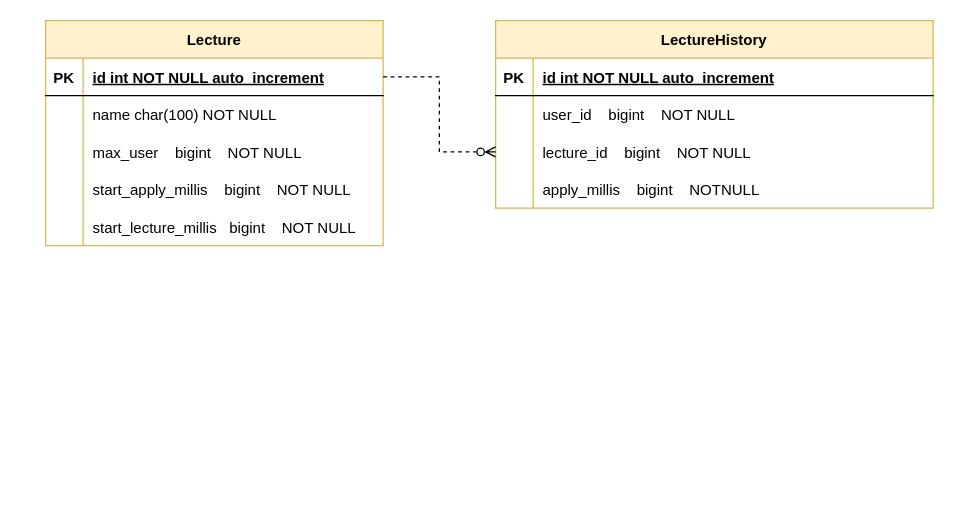
Before: table_erd.drawio in keepbang/hanghae-architecture-java, a draw.io diagram. Source tidied: cells renumbered, new cells numbered last; positions are measured from the earlier drawing's top-left corner, leaving out a move shared by most shapes. Both pictures are drawn from the tidied source at 125%, with x=0, y=0 at pixel (45, 20).
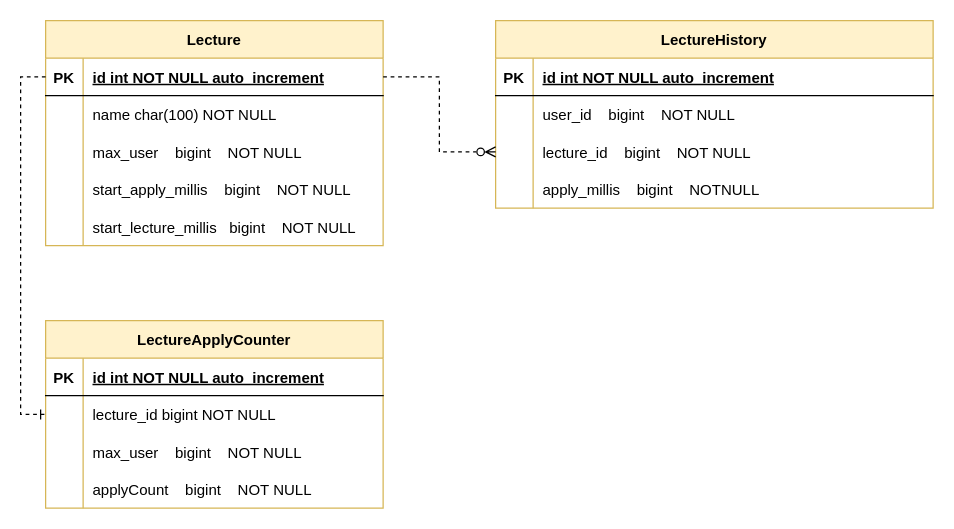
The same diagram, later.

Unchanged cells that the change refers to:
```xml
<mxCell id="16" style="shape=partialRectangle;fillColor=none;points=[[0,0.5],[1,0.5]];portConstraint=eastwest;top=0;left=0;right=0;bottom=1;" parent="15" vertex="1">
  <mxGeometry y="30" width="270" height="30" as="geometry" />
</mxCell>
```

What changed in the source:
```diff
@@
+    <mxCell id="32" value="LectureApplyCounter" style="shape=table;startSize=30;childLayout=tableLayout;rowLines=0;fontStyle=1;align=center;fillColor=#fff2cc;strokeColor=#d6b656;" parent="1" vertex="1">
+      <mxGeometry y="240" width="270" height="150" as="geometry" />
+    </mxCell>
+    <mxCell id="33" style="shape=partialRectangle;fillColor=none;top=0;left=0;right=0;bottom=1;" parent="32" vertex="1">
+      <mxGeometry y="30" width="270" height="30" as="geometry" />
+    </mxCell>
+    <mxCell id="34" value="PK" style="shape=partialRectangle;overflow=hidden;fillColor=none;top=0;left=0;bottom=0;right=0;fontStyle=1;" parent="33" vertex="1">
+      <mxGeometry width="30" height="30" as="geometry" />
+    </mxCell>
+    <mxCell id="35" value="id int NOT NULL auto_increment" style="shape=partialRectangle;overflow=hidden;fillColor=none;top=0;left=0;bottom=0;right=0;align=left;spacingLeft=6;fontStyle=5;" parent="33" vertex="1">
+      <mxGeometry x="30" width="240" height="30" as="geometry" />
+    </mxCell>
+    <mxCell id="36" style="shape=partialRectangle;fillColor=none;points=[[0,0.5],[1,0.5]];portConstraint=eastwest;top=0;left=0;right=0;bottom=0;" parent="32" vertex="1">
+      <mxGeometry y="60" width="270" height="30" as="geometry" />
+    </mxCell>
+    <mxCell id="37" style="shape=partialRectangle;overflow=hidden;fillColor=none;top=0;left=0;bottom=0;right=0;" parent="36" vertex="1">
+      <mxGeometry width="30" height="30" as="geometry" />
+    </mxCell>
+    <mxCell id="38" value="lecture_id bigint NOT NULL" style="shape=partialRectangle;overflow=hidden;fillColor=none;top=0;left=0;bottom=0;right=0;align=left;spacingLeft=6;" parent="36" vertex="1">
+      <mxGeometry x="30" width="240" height="30" as="geometry" />
+    </mxCell>
+    <mxCell id="39" style="shape=tableRow;horizontal=0;startSize=0;swimlaneHead=0;swimlaneBody=0;fillColor=none;top=0;left=0;right=0;bottom=0;" parent="32" vertex="1">
+      <mxGeometry y="90" width="270" height="30" as="geometry" />
+    </mxCell>
+    <mxCell id="40" style="shape=partialRectangle;fillColor=none;top=0;left=0;bottom=0;right=0;overflow=hidden;" parent="39" vertex="1">
+      <mxGeometry width="30" height="30" as="geometry" />
+    </mxCell>
+    <mxCell id="41" value="max_user    bigint    NOT NULL" style="shape=partialRectangle;fillColor=none;top=0;left=0;bottom=0;right=0;align=left;spacingLeft=6;overflow=hidden;" parent="39" vertex="1">
+      <mxGeometry x="30" width="240" height="30" as="geometry" />
+    </mxCell>
+    <mxCell id="42" style="shape=tableRow;horizontal=0;startSize=0;swimlaneHead=0;swimlaneBody=0;fillColor=none;top=0;left=0;right=0;bottom=0;" parent="32" vertex="1">
+      <mxGeometry y="120" width="270" height="30" as="geometry" />
+    </mxCell>
+    <mxCell id="43" style="shape=partialRectangle;fillColor=none;top=0;left=0;bottom=0;right=0;overflow=hidden;" parent="42" vertex="1">
+      <mxGeometry width="30" height="30" as="geometry" />
+    </mxCell>
+    <mxCell id="44" value="applyCount    bigint    NOT NULL" style="shape=partialRectangle;fillColor=none;top=0;left=0;bottom=0;right=0;align=left;spacingLeft=6;overflow=hidden;" parent="42" vertex="1">
+      <mxGeometry x="30" width="240" height="30" as="geometry" />
+    </mxCell>
+    <mxCell id="45" style="edgeStyle=orthogonalEdgeStyle;rounded=0;jettySize=auto;html=1;endArrow=ERone;endFill=0;dashed=1;exitX=0;exitY=0.5;exitDx=0;exitDy=0;entryX=0;entryY=0.5;entryDx=0;entryDy=0;" parent="1" edge="1" source="16" target="36">
+      <mxGeometry relative="1" as="geometry" />
+    </mxCell>
```
